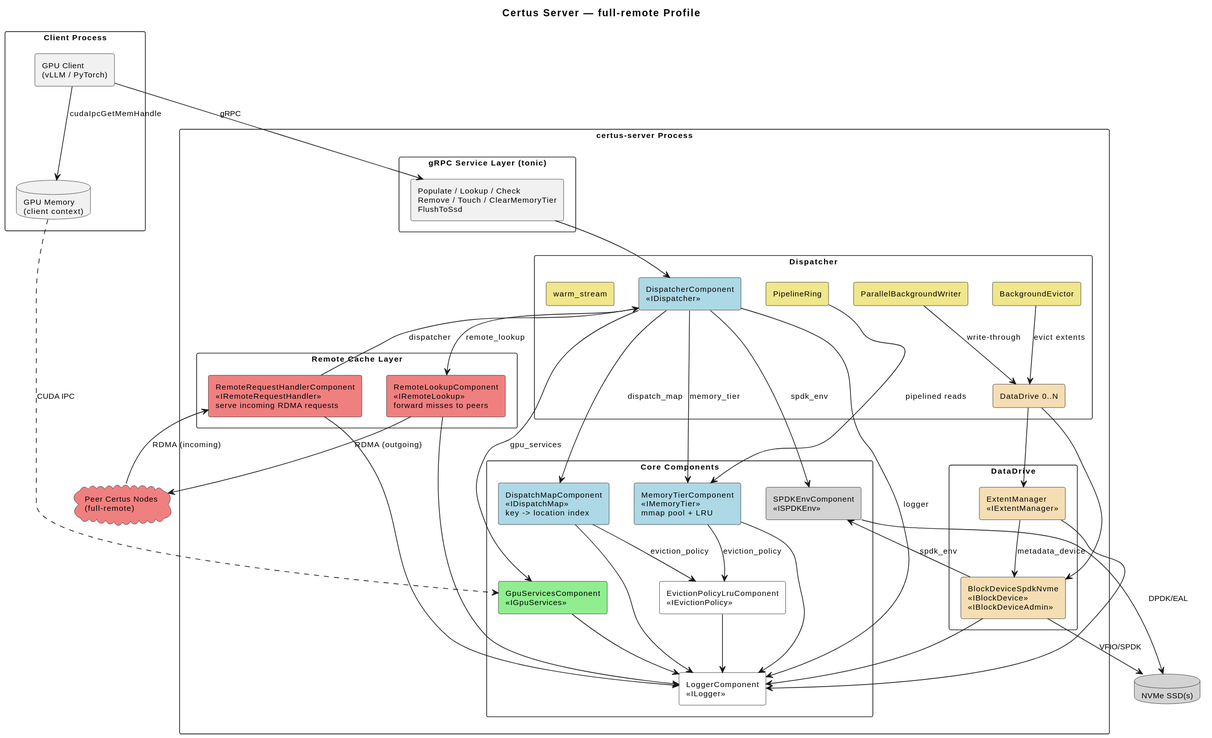
This is design/profiles/full-remote/certus-server-deployment.svg from AI-native-Systems-Research/ai-native-storage-certus, a PlantUML export, as it was before one commit. The source it was exported from:
```plantuml
@startuml
skinparam componentStyle rectangle
skinparam packageStyle rectangle
skinparam defaultFontSize 11
skinparam shadowing false

title Certus Server — full-remote Profile

package "Client Process" {
    [GPU Client\n(vLLM / PyTorch)] as client
    database "GPU Memory\n(client context)" as client_gpu
    client --> client_gpu : cudaIpcGetMemHandle
}

package "certus-server Process" {
    package "gRPC Service Layer (tonic)" {
        [Populate / Lookup / Check\nRemove / Touch / ClearMemoryTier\nFlushToSsd] as rpcs
    }

    package "Dispatcher" as disppkg {
        [DispatcherComponent\n<<IDispatcher>>] as dispatcher #LightBlue
        [DataDrive 0..N] as drives #Wheat
        [ParallelBackgroundWriter] as bgwriter #Khaki
        [BackgroundEvictor] as bgevictor #Khaki
        [PipelineRing] as pipeline #Khaki
        [warm_stream] as warmstream #Khaki
    }

    package "Core Components" {
        [SPDKEnvComponent\n<<ISPDKEnv>>] as spdk #LightGray
        [GpuServicesComponent\n<<IGpuServices>>] as gpu #LightGreen
        [EvictionPolicyLruComponent\n<<IEvictionPolicy>>] as eviction #White
        [MemoryTierComponent\n<<IMemoryTier>>\nmmap pool + LRU] as memtier #LightBlue
        [DispatchMapComponent\n<<IDispatchMap>>\nkey -> location index] as dispmap #LightBlue
        [LoggerComponent\n<<ILogger>>] as logger #White
    }

    package "DataDrive" as datadrive {
        [BlockDeviceSpdkNvme\n<<IBlockDevice>>\n<<IBlockDeviceAdmin>>] as blkdev #Wheat
        [ExtentManager\n<<IExtentManager>>] as extmgr #Wheat
    }

    package "Remote Cache Layer" as remote_layer {
        [RemoteLookupComponent\n<<IRemoteLookup>>\nforward misses to peers] as remotelookup #LightCoral
        [RemoteRequestHandlerComponent\n<<IRemoteRequestHandler>>\nserve incoming RDMA requests] as remotehandler #LightCoral
    }
}

database "NVMe SSD(s)" as nvme #LightGray
cloud "Peer Certus Nodes\n(full-remote)" as peers #LightCoral

client --> rpcs : gRPC
client_gpu ..> gpu : CUDA IPC

rpcs --> dispatcher

dispatcher --> dispmap : dispatch_map
dispatcher --> memtier : memory_tier
dispatcher --> gpu : gpu_services
dispatcher --> spdk : spdk_env
dispatcher --> remotelookup : remote_lookup
dispatcher --> logger : logger

drives --> blkdev
drives --> extmgr
extmgr --> blkdev : metadata_device
blkdev --> spdk : spdk_env
blkdev --> logger
extmgr --> logger

dispmap --> eviction : eviction_policy
dispmap --> logger
memtier --> eviction : eviction_policy
memtier --> logger
gpu --> logger
eviction --> logger
remotelookup --> logger

remotehandler --> dispatcher : dispatcher
remotehandler --> logger

blkdev --> nvme : VFIO/SPDK
spdk --> nvme : DPDK/EAL

remotelookup --> peers : RDMA (outgoing)
peers --> remotehandler : RDMA (incoming)

bgwriter --> drives : write-through
bgevictor --> drives : evict extents
pipeline --> memtier : pipelined reads
@enduml
```
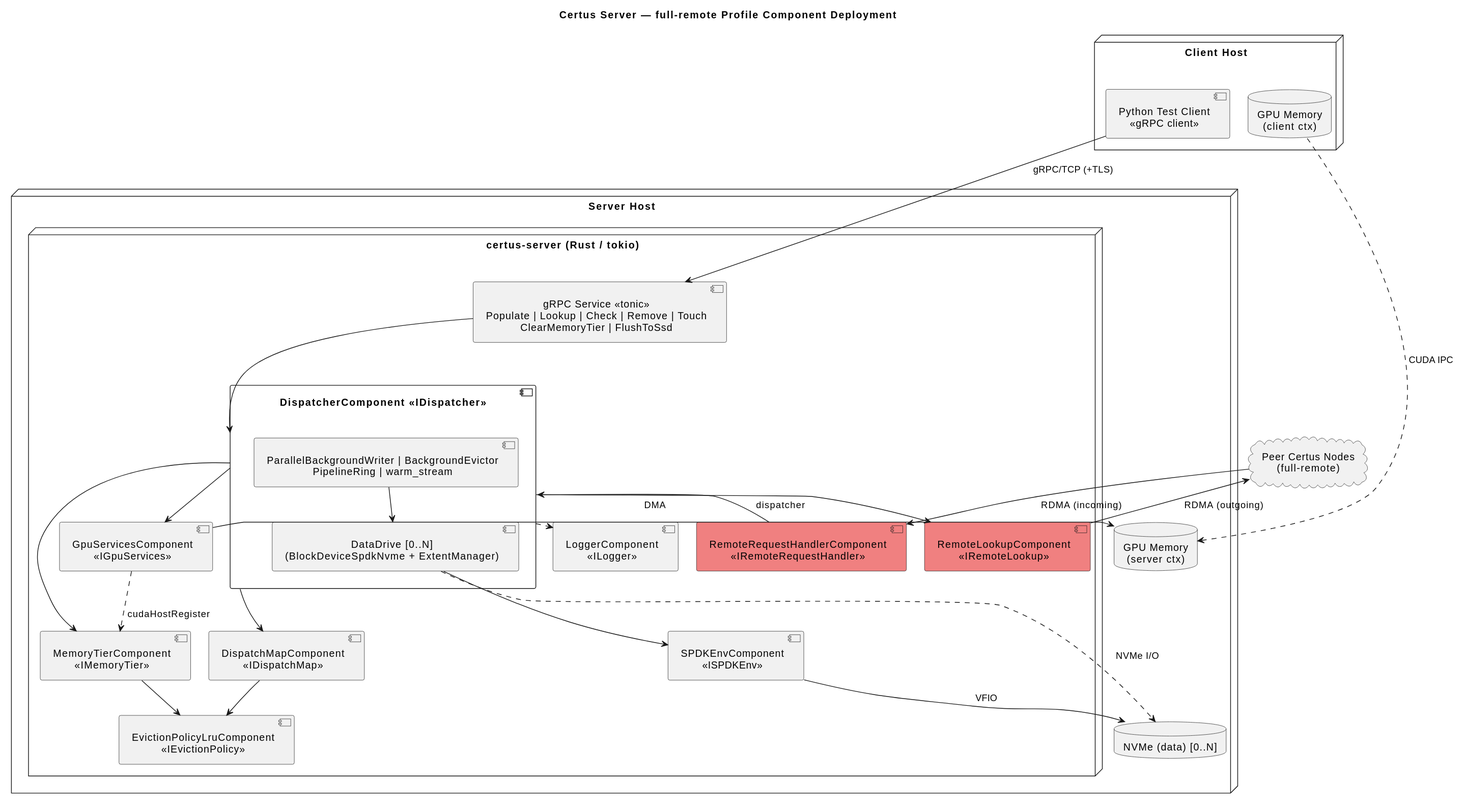
The same diagram one commit later.

Commit message:
fix: use UML deployment diagram nodes for host containers

Switch full-remote deployment .puml from package/component-only to
proper UML deployment elements (node for hosts, component for software,
database for storage, cloud for external). Matches the full profile's
style with 3D cube host containers. Update skill style guide.

The edit, as a diff of the source:
```diff
@@ -1,91 +1,72 @@
 @startuml
-skinparam componentStyle rectangle
-skinparam packageStyle rectangle
-skinparam defaultFontSize 11
-skinparam shadowing false
+skinparam defaultTextAlignment center
+skinparam padding 3
+skinparam nodesep 25
+skinparam ranksep 25
 
-title Certus Server — full-remote Profile
+title Certus Server — full-remote Profile Component Deployment
 
-package "Client Process" {
-    [GPU Client\n(vLLM / PyTorch)] as client
-    database "GPU Memory\n(client context)" as client_gpu
-    client --> client_gpu : cudaIpcGetMemHandle
+node "Client Host" {
+    component "Python Test Client\n<<gRPC client>>" as pyclient
+    database "GPU Memory\n(client ctx)" as client_gpu
+    pyclient -right[hidden]- client_gpu
 }
 
-package "certus-server Process" {
-    package "gRPC Service Layer (tonic)" {
-        [Populate / Lookup / Check\nRemove / Touch / ClearMemoryTier\nFlushToSsd] as rpcs
+node "Server Host" {
+
+    node "certus-server (Rust / tokio)" {
+
+        component "gRPC Service <<tonic>>\nPopulate | Lookup | Check | Remove | Touch\nClearMemoryTier | FlushToSsd" as grpc
+
+        component "DispatcherComponent <<IDispatcher>>" as dispatcher {
+            component "ParallelBackgroundWriter | BackgroundEvictor\nPipelineRing | warm_stream" as disp_bg
+            component "DataDrive [0..N]\n(BlockDeviceSpdkNvme + ExtentManager)" as data_drive
+        }
+
+        component "DispatchMapComponent\n<<IDispatchMap>>" as dispatch_map
+        component "MemoryTierComponent\n<<IMemoryTier>>" as memory_tier
+        component "EvictionPolicyLruComponent\n<<IEvictionPolicy>>" as eviction
+        component "GpuServicesComponent\n<<IGpuServices>>" as gpu_svc
+        component "LoggerComponent\n<<ILogger>>" as logger
+
+        component "SPDKEnvComponent\n<<ISPDKEnv>>" as spdk_env
+
+        component "RemoteLookupComponent\n<<IRemoteLookup>>" as remote_lookup #LightCoral
+        component "RemoteRequestHandlerComponent\n<<IRemoteRequestHandler>>" as remote_handler #LightCoral
     }
 
-    package "Dispatcher" as disppkg {
-        [DispatcherComponent\n<<IDispatcher>>] as dispatcher #LightBlue
-        [DataDrive 0..N] as drives #Wheat
-        [ParallelBackgroundWriter] as bgwriter #Khaki
-        [BackgroundEvictor] as bgevictor #Khaki
-        [PipelineRing] as pipeline #Khaki
-        [warm_stream] as warmstream #Khaki
-    }
-
-    package "Core Components" {
-        [SPDKEnvComponent\n<<ISPDKEnv>>] as spdk #LightGray
-        [GpuServicesComponent\n<<IGpuServices>>] as gpu #LightGreen
-        [EvictionPolicyLruComponent\n<<IEvictionPolicy>>] as eviction #White
-        [MemoryTierComponent\n<<IMemoryTier>>\nmmap pool + LRU] as memtier #LightBlue
-        [DispatchMapComponent\n<<IDispatchMap>>\nkey -> location index] as dispmap #LightBlue
-        [LoggerComponent\n<<ILogger>>] as logger #White
-    }
-
-    package "DataDrive" as datadrive {
-        [BlockDeviceSpdkNvme\n<<IBlockDevice>>\n<<IBlockDeviceAdmin>>] as blkdev #Wheat
-        [ExtentManager\n<<IExtentManager>>] as extmgr #Wheat
-    }
-
-    package "Remote Cache Layer" as remote_layer {
-        [RemoteLookupComponent\n<<IRemoteLookup>>\nforward misses to peers] as remotelookup #LightCoral
-        [RemoteRequestHandlerComponent\n<<IRemoteRequestHandler>>\nserve incoming RDMA requests] as remotehandler #LightCoral
-    }
+    database "GPU Memory\n(server ctx)" as server_gpu
+    database "NVMe (data) [0..N]" as nvme_data
 }
 
-database "NVMe SSD(s)" as nvme #LightGray
-cloud "Peer Certus Nodes\n(full-remote)" as peers #LightCoral
+cloud "Peer Certus Nodes\n(full-remote)" as peers
 
-client --> rpcs : gRPC
-client_gpu ..> gpu : CUDA IPC
 
-rpcs --> dispatcher
+pyclient -down-> grpc : "gRPC/TCP (+TLS)"
+client_gpu .down.> server_gpu : "CUDA IPC"
 
-dispatcher --> dispmap : dispatch_map
-dispatcher --> memtier : memory_tier
-dispatcher --> gpu : gpu_services
-dispatcher --> spdk : spdk_env
-dispatcher --> remotelookup : remote_lookup
-dispatcher --> logger : logger
+grpc -down-> dispatcher
 
-drives --> blkdev
-drives --> extmgr
-extmgr --> blkdev : metadata_device
-blkdev --> spdk : spdk_env
-blkdev --> logger
-extmgr --> logger
+dispatcher -down-> dispatch_map
+dispatcher -down-> memory_tier
+dispatcher -down-> gpu_svc
+dispatcher -down-> remote_lookup
+dispatcher ..> logger
+data_drive -down-> spdk_env
 
-dispmap --> eviction : eviction_policy
-dispmap --> logger
-memtier --> eviction : eviction_policy
-memtier --> logger
-gpu --> logger
-eviction --> logger
-remotelookup --> logger
+disp_bg -down-> data_drive
 
-remotehandler --> dispatcher : dispatcher
-remotehandler --> logger
+dispatch_map -down-> eviction
 
-blkdev --> nvme : VFIO/SPDK
-spdk --> nvme : DPDK/EAL
+memory_tier -down-> eviction
 
-remotelookup --> peers : RDMA (outgoing)
-peers --> remotehandler : RDMA (incoming)
+remote_handler -up-> dispatcher : "dispatcher"
+remote_lookup -down-> peers : "RDMA (outgoing)"
+peers -down-> remote_handler : "RDMA (incoming)"
 
-bgwriter --> drives : write-through
-bgevictor --> drives : evict extents
-pipeline --> memtier : pipelined reads
+gpu_svc -right-> server_gpu : "DMA"
+gpu_svc .down.> memory_tier : "cudaHostRegister"
+
+spdk_env -down-> nvme_data : "VFIO"
+data_drive ..> nvme_data : "NVMe I/O"
 @enduml
```
